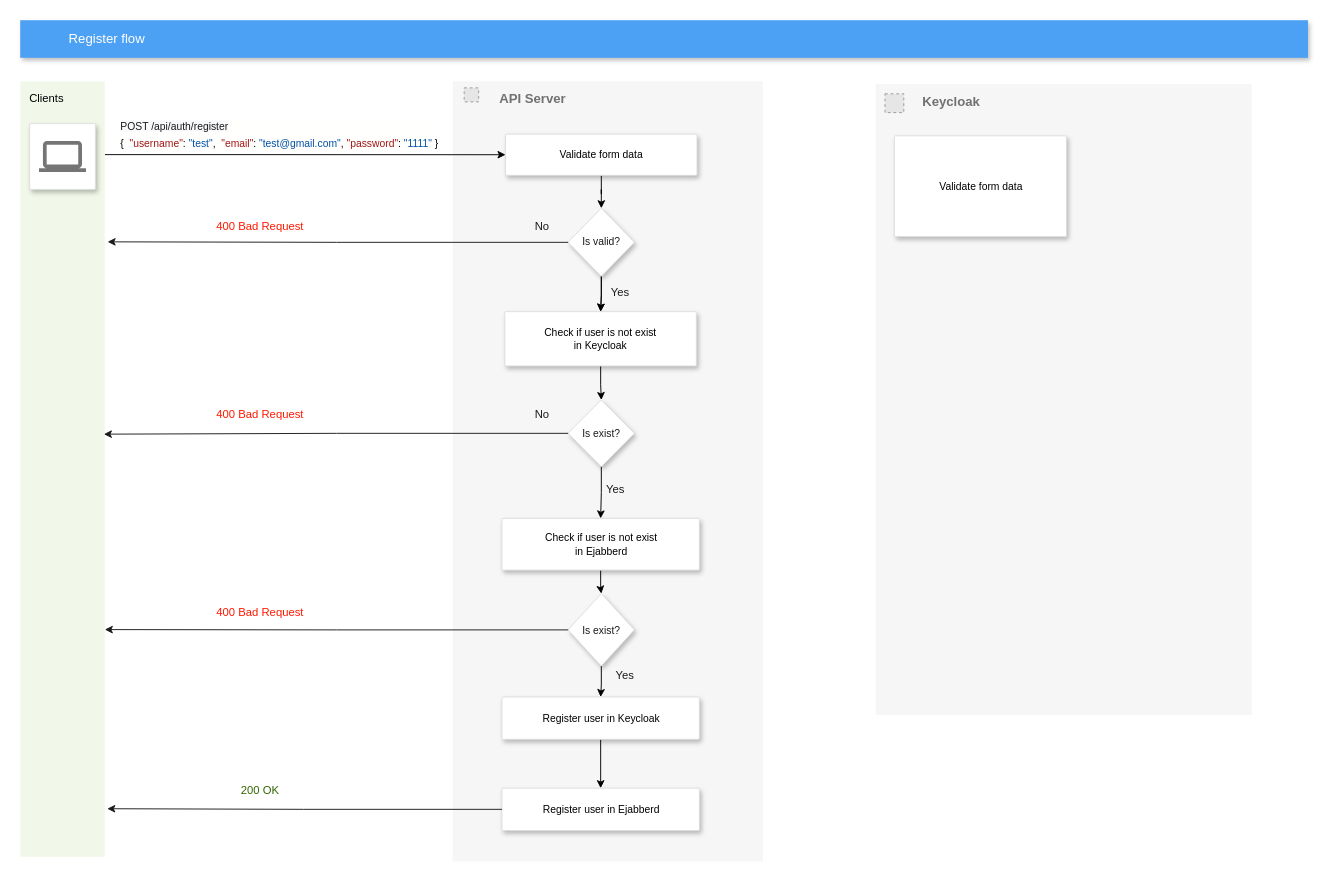
Above: diagrams/Untitled Diagram.drawio in koldunb/draw-io (draw.io), before the change. Source tidied: cells renumbered, new cells numbered last; positions are measured from the earlier drawing's top-left corner, leaving out a move shared by most shapes. Both pictures are drawn from the tidied source at 94%, with x=0, y=0 at pixel (20, 20). Pictures stored in the file or linked from it are replaced by grey dashed boxes.
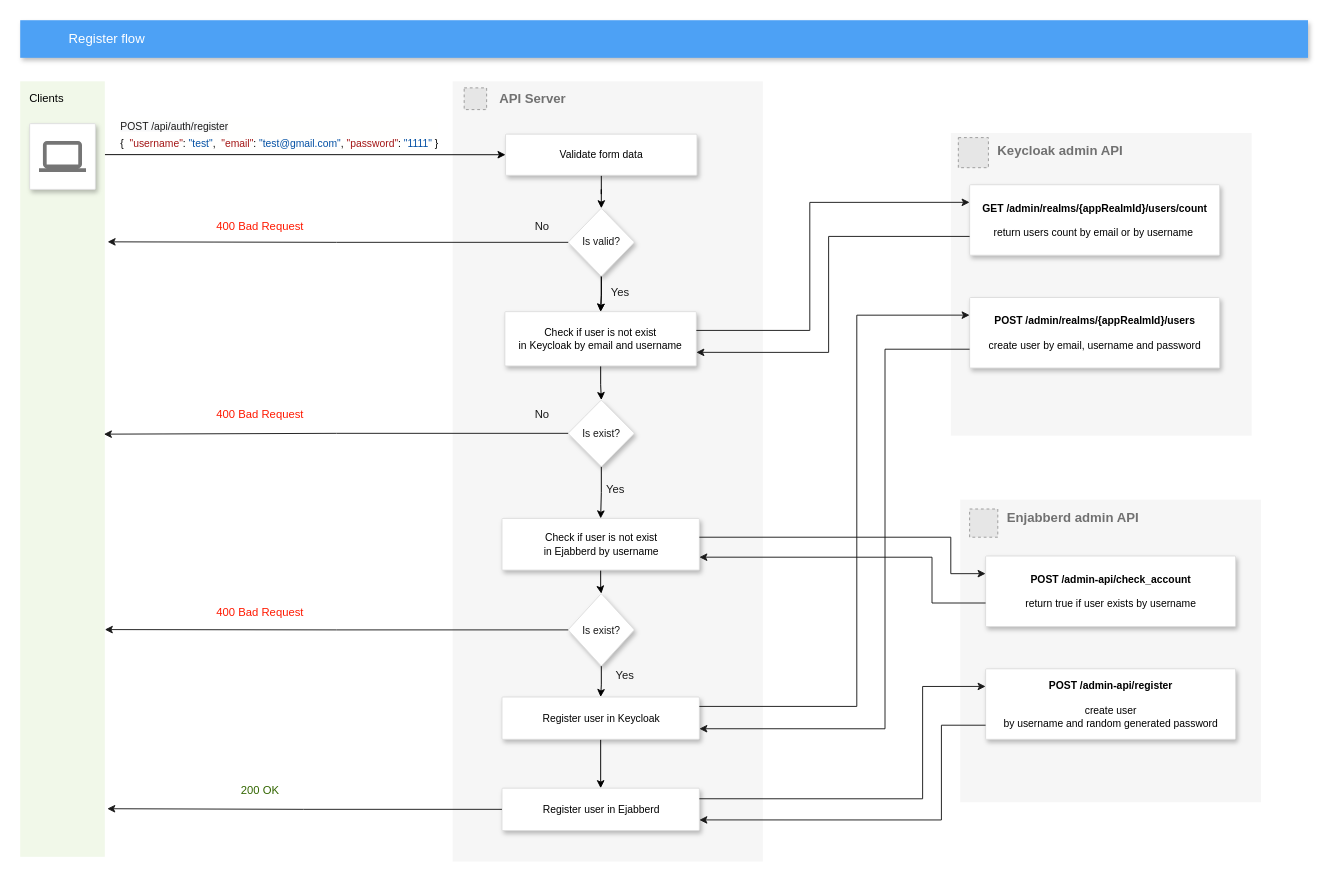
The same diagram, later.

Unchanged cells that the change refers to:
```xml
<mxCell id="2" value="&lt;b&gt;API Server&amp;nbsp;&lt;/b&gt;" style="fillColor=#F6F6F6;strokeColor=none;shadow=0;gradientColor=none;fontSize=14;align=left;spacing=10;fontColor=#717171;9E9E9E;verticalAlign=top;spacingTop=-4;fontStyle=0;spacingLeft=40;html=1;" parent="1" vertex="1">
  <mxGeometry x="460" y="65" width="330" height="830" as="geometry" />
</mxCell>
<mxCell id="21" value="&lt;font color=&quot;#000000&quot;&gt;Register user in Keycloak&lt;/font&gt;" style="strokeColor=#dddddd;fillColor=#ffffff;shadow=1;strokeWidth=1;rounded=1;absoluteArcSize=1;arcSize=2;fontSize=11;fontColor=#9E9E9E;align=center;html=1;" parent="2" vertex="1">
  <mxGeometry x="52.5" y="655" width="210" height="45" as="geometry" />
</mxCell>
<mxCell id="22" value="&lt;font color=&quot;#000000&quot;&gt;Register user in Ejabberd&lt;/font&gt;" style="strokeColor=#dddddd;fillColor=#ffffff;shadow=1;strokeWidth=1;rounded=1;absoluteArcSize=1;arcSize=2;fontSize=11;fontColor=#9E9E9E;align=center;html=1;" parent="2" vertex="1">
  <mxGeometry x="52.5" y="752" width="210" height="45" as="geometry" />
</mxCell>
```

What changed in the source:
```diff
@@
     <mxCell id="3" style="fillColor=#E6E6E6;strokeColor=#999999;dashed=1;verticalLabelPosition=bottom;verticalAlign=top;" parent="2" vertex="1">
-      <mxGeometry x="12.3" y="7" width="15.4" height="14.9" as="geometry" />
+      <mxGeometry x="12.3" y="7" width="23.9" height="23.1" as="geometry" />
     </mxCell>
@@
-    <mxCell id="7" value="&lt;font color=&quot;#000000&quot;&gt;Check if user is not exist &lt;br&gt;in Keycloak&lt;/font&gt;" style="strokeColor=#dddddd;fillColor=#ffffff;shadow=1;strokeWidth=1;rounded=1;absoluteArcSize=1;arcSize=2;fontSize=11;fontColor=#9E9E9E;align=center;html=1;" parent="2" vertex="1">
+    <mxCell id="7" value="&lt;font color=&quot;#000000&quot;&gt;Check if user is not exist &lt;br&gt;in Keycloak by email and username&lt;/font&gt;" style="strokeColor=#dddddd;fillColor=#ffffff;shadow=1;strokeWidth=1;rounded=1;absoluteArcSize=1;arcSize=2;fontSize=11;fontColor=#9E9E9E;align=center;html=1;" parent="2" vertex="1">
       <mxGeometry x="55.6" y="245" width="203.7" height="57.8" as="geometry" />
     </mxCell>
@@
-    <mxCell id="9" value="&lt;span style=&quot;color: rgb(0 , 0 , 0)&quot;&gt;Check if user is not exist&lt;/span&gt;&lt;br style=&quot;color: rgb(0 , 0 , 0)&quot;&gt;&lt;span style=&quot;color: rgb(0 , 0 , 0)&quot;&gt;in Ejabberd&lt;/span&gt;" style="strokeColor=#dddddd;fillColor=#ffffff;shadow=1;strokeWidth=1;rounded=1;absoluteArcSize=1;arcSize=2;fontSize=11;fontColor=#9E9E9E;align=center;html=1;" parent="2" vertex="1">
+    <mxCell id="9" value="&lt;span style=&quot;color: rgb(0 , 0 , 0)&quot;&gt;Check if user is not exist&lt;/span&gt;&lt;br style=&quot;color: rgb(0 , 0 , 0)&quot;&gt;&lt;span style=&quot;color: rgb(0 , 0 , 0)&quot;&gt;in Ejabberd by username&lt;/span&gt;" style="strokeColor=#dddddd;fillColor=#ffffff;shadow=1;strokeWidth=1;rounded=1;absoluteArcSize=1;arcSize=2;fontSize=11;fontColor=#9E9E9E;align=center;html=1;" parent="2" vertex="1">
       <mxGeometry x="52.5" y="465" width="210" height="55" as="geometry" />
     </mxCell>
@@
-    <mxCell id="30" value="&lt;b&gt;Keycloak&lt;/b&gt;" style="fillColor=#F6F6F6;strokeColor=none;shadow=0;gradientColor=none;fontSize=14;align=left;spacing=10;fontColor=#717171;9E9E9E;verticalAlign=top;spacingTop=-4;fontStyle=0;spacingLeft=40;html=1;" parent="1" vertex="1">
-      <mxGeometry x="910" y="68" width="400" height="671" as="geometry" />
+    <mxCell id="30" value="&lt;b&gt;Keycloak admin API&lt;/b&gt;" style="fillColor=#F6F6F6;strokeColor=none;shadow=0;gradientColor=none;fontSize=14;align=left;spacing=10;fontColor=#717171;9E9E9E;verticalAlign=top;spacingTop=-4;fontStyle=0;spacingLeft=40;html=1;" parent="1" vertex="1">
+      <mxGeometry x="990" y="120" width="320" height="322" as="geometry" />
     </mxCell>
     <mxCell id="31" style="fillColor=#E6E6E6;strokeColor=#999999;dashed=1;verticalLabelPosition=bottom;verticalAlign=top;" parent="30" vertex="1">
-      <mxGeometry x="10" y="10.3" width="20" height="20" as="geometry" />
+      <mxGeometry x="8" y="4.9" width="32" height="32" as="geometry" />
     </mxCell>
-    <mxCell id="32" value="&lt;font color=&quot;#000000&quot;&gt;Validate form data&lt;/font&gt;" style="strokeColor=#dddddd;fillColor=#ffffff;shadow=1;strokeWidth=1;rounded=1;absoluteArcSize=1;arcSize=2;fontSize=11;fontColor=#9E9E9E;align=center;html=1;" parent="30" vertex="1">
-      <mxGeometry x="20" y="55" width="183" height="107.2" as="geometry" />
+    <mxCell id="32" value="&lt;font color=&quot;#000000&quot;&gt;&lt;b&gt;GET /admin/realms/{appRealmId}/users/count&lt;br&gt;&lt;/b&gt;&lt;br&gt;return users count by email or by username&amp;nbsp;&lt;br&gt;&lt;/font&gt;" style="strokeColor=#dddddd;fillColor=#ffffff;shadow=1;strokeWidth=1;rounded=1;absoluteArcSize=1;arcSize=2;fontSize=11;fontColor=#9E9E9E;align=center;html=1;" parent="30" vertex="1">
+      <mxGeometry x="20" y="55" width="266" height="75" as="geometry" />
     </mxCell>
+    <mxCell id="42" value="&lt;font color=&quot;#000000&quot;&gt;&lt;b&gt;POST /admin/realms/{appRealmId}/users&lt;/b&gt;&lt;br&gt;&lt;br&gt;create user by email, username and password&lt;br&gt;&lt;/font&gt;" style="strokeColor=#dddddd;fillColor=#ffffff;shadow=1;strokeWidth=1;rounded=1;absoluteArcSize=1;arcSize=2;fontSize=11;fontColor=#9E9E9E;align=center;html=1;" parent="30" vertex="1">
+      <mxGeometry x="20" y="175" width="266" height="75" as="geometry" />
+    </mxCell>
@@
+    <mxCell id="43" style="edgeStyle=orthogonalEdgeStyle;rounded=0;jettySize=auto;html=1;entryX=1;entryY=0.75;entryDx=0;entryDy=0;fontColor=#336600;strokeColor=#1A1A1A;" parent="1" edge="1" source="32" target="7">
+      <mxGeometry relative="1" as="geometry">
+        <Array as="points">
+          <mxPoint x="860" y="230" />
+          <mxPoint x="860" y="353" />
+        </Array>
+      </mxGeometry>
+    </mxCell>
+    <mxCell id="44" value="&lt;b&gt;Enjabberd admin API&lt;/b&gt;" style="fillColor=#F6F6F6;strokeColor=none;shadow=0;gradientColor=none;fontSize=14;align=left;spacing=10;fontColor=#717171;9E9E9E;verticalAlign=top;spacingTop=-4;fontStyle=0;spacingLeft=40;html=1;" parent="1" vertex="1">
+      <mxGeometry x="1000" y="510" width="320" height="322" as="geometry" />
+    </mxCell>
+    <mxCell id="45" value="&lt;font color=&quot;#000000&quot;&gt;&lt;b&gt;POST /admin-api/check_account&lt;/b&gt;&lt;br&gt;&lt;br&gt;return true if user exists by username&lt;br&gt;&lt;/font&gt;" style="strokeColor=#dddddd;fillColor=#ffffff;shadow=1;strokeWidth=1;rounded=1;absoluteArcSize=1;arcSize=2;fontSize=11;fontColor=#9E9E9E;align=center;html=1;" parent="44" vertex="1">
+      <mxGeometry x="27" y="60" width="266" height="75" as="geometry" />
+    </mxCell>
+    <mxCell id="46" value="&lt;font color=&quot;#000000&quot;&gt;&lt;b&gt;POST /admin-api/register&lt;/b&gt;&lt;br&gt;&lt;br&gt;create user &lt;br&gt;by username and random generated password&lt;br&gt;&lt;/font&gt;" style="strokeColor=#dddddd;fillColor=#ffffff;shadow=1;strokeWidth=1;rounded=1;absoluteArcSize=1;arcSize=2;fontSize=11;fontColor=#9E9E9E;align=center;html=1;" parent="44" vertex="1">
+      <mxGeometry x="27" y="180" width="266" height="75" as="geometry" />
+    </mxCell>
+    <mxCell id="47" style="fillColor=#E6E6E6;strokeColor=#999999;dashed=1;verticalLabelPosition=bottom;verticalAlign=top;fontColor=#1A1A1A;" parent="44" vertex="1">
+      <mxGeometry x="10" y="10" width="30" height="30" as="geometry" />
+    </mxCell>
+    <mxCell id="48" style="edgeStyle=orthogonalEdgeStyle;rounded=0;jettySize=auto;html=1;entryX=0;entryY=0.25;entryDx=0;entryDy=0;fontColor=#1A1A1A;strokeColor=#1A1A1A;" parent="1" edge="1" source="9" target="45">
+      <mxGeometry relative="1" as="geometry">
+        <Array as="points">
+          <mxPoint x="990" y="550" />
+          <mxPoint x="990" y="589" />
+        </Array>
+      </mxGeometry>
+    </mxCell>
+    <mxCell id="49" style="edgeStyle=orthogonalEdgeStyle;rounded=0;jettySize=auto;html=1;entryX=1;entryY=0.75;entryDx=0;entryDy=0;fontColor=#1A1A1A;strokeColor=#1A1A1A;" parent="1" edge="1" source="45" target="9">
+      <mxGeometry relative="1" as="geometry">
+        <Array as="points">
+          <mxPoint x="970" y="620" />
+          <mxPoint x="970" y="571" />
+        </Array>
+      </mxGeometry>
+    </mxCell>
+    <mxCell id="50" style="edgeStyle=orthogonalEdgeStyle;rounded=0;jettySize=auto;html=1;entryX=0;entryY=0.25;entryDx=0;entryDy=0;fontColor=#1A1A1A;strokeColor=#1A1A1A;" parent="1" edge="1" source="7" target="32">
+      <mxGeometry relative="1" as="geometry">
+        <Array as="points">
+          <mxPoint x="840" y="330" />
+          <mxPoint x="840" y="194" />
+        </Array>
+      </mxGeometry>
+    </mxCell>
+    <mxCell id="51" style="edgeStyle=orthogonalEdgeStyle;rounded=0;jettySize=auto;html=1;entryX=0;entryY=0.25;entryDx=0;entryDy=0;fontColor=#1A1A1A;strokeColor=#1A1A1A;" parent="1" edge="1" source="21" target="42">
+      <mxGeometry relative="1" as="geometry">
+        <Array as="points">
+          <mxPoint x="890" y="730" />
+          <mxPoint x="890" y="314" />
+        </Array>
+      </mxGeometry>
+    </mxCell>
+    <mxCell id="52" style="edgeStyle=orthogonalEdgeStyle;rounded=0;jettySize=auto;html=1;entryX=1;entryY=0.75;entryDx=0;entryDy=0;fontColor=#1A1A1A;strokeColor=#1A1A1A;" parent="1" edge="1" source="42" target="21">
+      <mxGeometry relative="1" as="geometry">
+        <Array as="points">
+          <mxPoint x="920" y="350" />
+          <mxPoint x="920" y="754" />
+        </Array>
+      </mxGeometry>
+    </mxCell>
+    <mxCell id="53" style="edgeStyle=orthogonalEdgeStyle;rounded=0;jettySize=auto;html=1;exitX=1;exitY=0.25;exitDx=0;exitDy=0;entryX=0;entryY=0.25;entryDx=0;entryDy=0;fontColor=#1A1A1A;strokeColor=#1A1A1A;" parent="1" edge="1" source="22" target="46">
+      <mxGeometry relative="1" as="geometry">
+        <Array as="points">
+          <mxPoint x="960" y="828" />
+          <mxPoint x="960" y="709" />
+        </Array>
+      </mxGeometry>
+    </mxCell>
+    <mxCell id="54" style="edgeStyle=orthogonalEdgeStyle;rounded=0;jettySize=auto;html=1;entryX=1;entryY=0.75;entryDx=0;entryDy=0;fontColor=#1A1A1A;strokeColor=#1A1A1A;" parent="1" edge="1" source="46" target="22">
+      <mxGeometry relative="1" as="geometry">
+        <Array as="points">
+          <mxPoint x="980" y="750" />
+          <mxPoint x="980" y="851" />
+        </Array>
+      </mxGeometry>
+    </mxCell>
```
